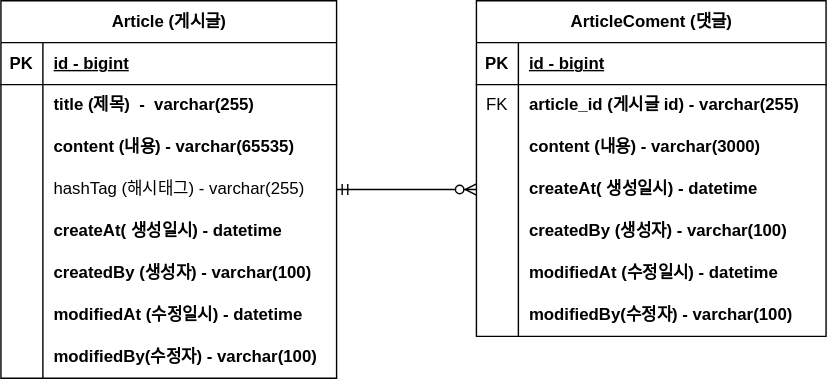
The draw.io diagram document/project-board-erd.svg in Jangsiwon98/project-board, before a commit. Source tidied: cells renumbered, new cells last; positions are measured from the earlier drawing's top-left corner, leaving out a move shared by most shapes.
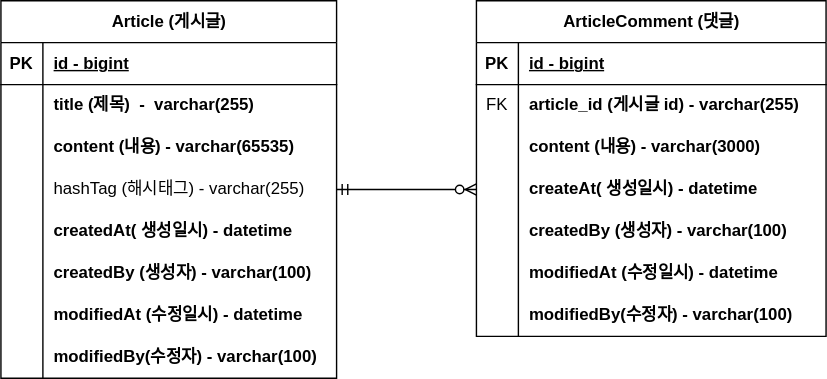
The same file after the commit.

Commit message:
#8 - ERD 오타 수정 project-board-erd.svg 업데이트

Diff of the diagram source:
```diff
@@ -47,7 +47,7 @@
     <mxCell id="16" style="shape=partialRectangle;fillColor=none;top=0;left=0;bottom=0;right=0;overflow=hidden;whiteSpace=wrap;html=1;" parent="15" vertex="1">
       <mxGeometry width="30" height="30" as="geometry" />
     </mxCell>
-    <mxCell id="17" value="createAt( 생성일시) - datetime" style="shape=partialRectangle;fillColor=none;top=0;left=0;bottom=0;right=0;align=left;spacingLeft=6;overflow=hidden;whiteSpace=wrap;html=1;fontStyle=1;" parent="15" vertex="1">
+    <mxCell id="17" value="createdAt( 생성일시) - datetime" style="shape=partialRectangle;fillColor=none;top=0;left=0;bottom=0;right=0;align=left;spacingLeft=6;overflow=hidden;whiteSpace=wrap;html=1;fontStyle=1;" parent="15" vertex="1">
       <mxGeometry x="30" width="210" height="30" as="geometry" />
     </mxCell>
     <mxCell id="18" style="shape=tableRow;horizontal=0;startSize=0;swimlaneHead=0;swimlaneBody=0;fillColor=none;top=0;left=0;right=0;bottom=0;" parent="2" vertex="1">
@@ -77,7 +77,7 @@
     <mxCell id="26" value="modifiedBy(수정자) - varchar(100)" style="shape=partialRectangle;fillColor=none;top=0;left=0;bottom=0;right=0;align=left;spacingLeft=6;overflow=hidden;whiteSpace=wrap;html=1;fontStyle=1;" parent="24" vertex="1">
       <mxGeometry x="30" width="210" height="30" as="geometry" />
     </mxCell>
-    <mxCell id="27" value="ArticleComent (댓글)" style="shape=table;startSize=30;rowLines=0;fontStyle=1;align=center;html=1;" parent="1" vertex="1">
+    <mxCell id="27" value="ArticleComment (댓글)" style="shape=table;startSize=30;rowLines=0;fontStyle=1;align=center;html=1;" parent="1" vertex="1">
       <mxGeometry x="340" width="250" height="240" as="geometry" />
     </mxCell>
     <mxCell id="28" style="shape=tableRow;horizontal=0;startSize=0;swimlaneHead=0;swimlaneBody=0;fillColor=none;top=0;left=0;right=0;bottom=1;" parent="27" vertex="1">
```
